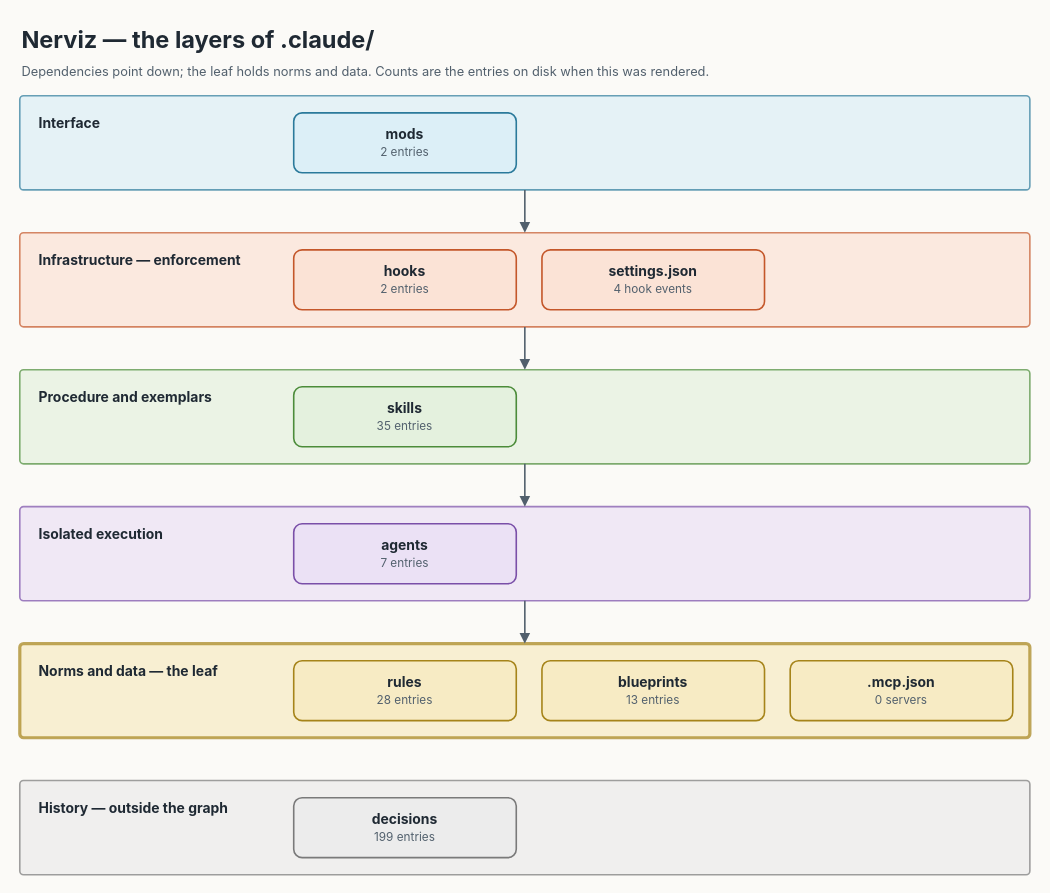
Above: docs/diagrams/layers/layers.drawio in nerviz-ai/nerviz (draw.io), before the change. Source tidied: cells renumbered, new cells numbered last; positions are measured from the earlier drawing's top-left corner, leaving out a move shared by most shapes. Both pictures are drawn from the tidied source at 107%, with x=0, y=0 at pixel (19, 18).
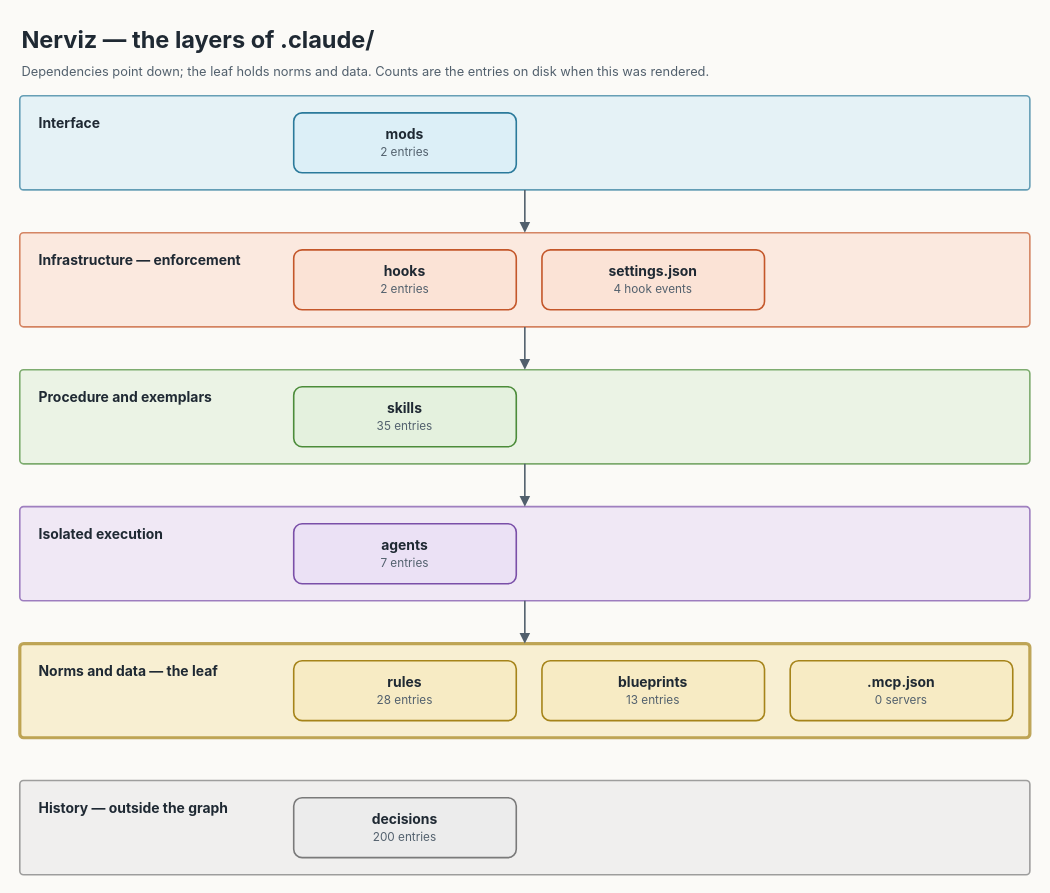
After the change.

What changed in the source:
```diff
@@
-    <mxCell id="17" value="&lt;b&gt;decisions&lt;/b&gt;&lt;br/&gt;&lt;font style=&quot;font-size:11px&quot; color=&quot;#52606D&quot;&gt;199 entries&lt;/font&gt;" style="rounded=1;arcSize=14;html=1;whiteSpace=wrap;fontSize=13;fontFamily=Inter;fontColor=#1F2933;fillColor=#ECECEC;strokeColor=#7A7A7A;strokeWidth=1.5;" parent="1" vertex="1">
+    <mxCell id="17" value="&lt;b&gt;decisions&lt;/b&gt;&lt;br/&gt;&lt;font style=&quot;font-size:11px&quot; color=&quot;#52606D&quot;&gt;200 entries&lt;/font&gt;" style="rounded=1;arcSize=14;html=1;whiteSpace=wrap;fontSize=13;fontFamily=Inter;fontColor=#1F2933;fillColor=#ECECEC;strokeColor=#7A7A7A;strokeWidth=1.5;" parent="1" vertex="1">
       <mxGeometry x="256" y="728" width="208" height="56" as="geometry" />
     </mxCell>
```
